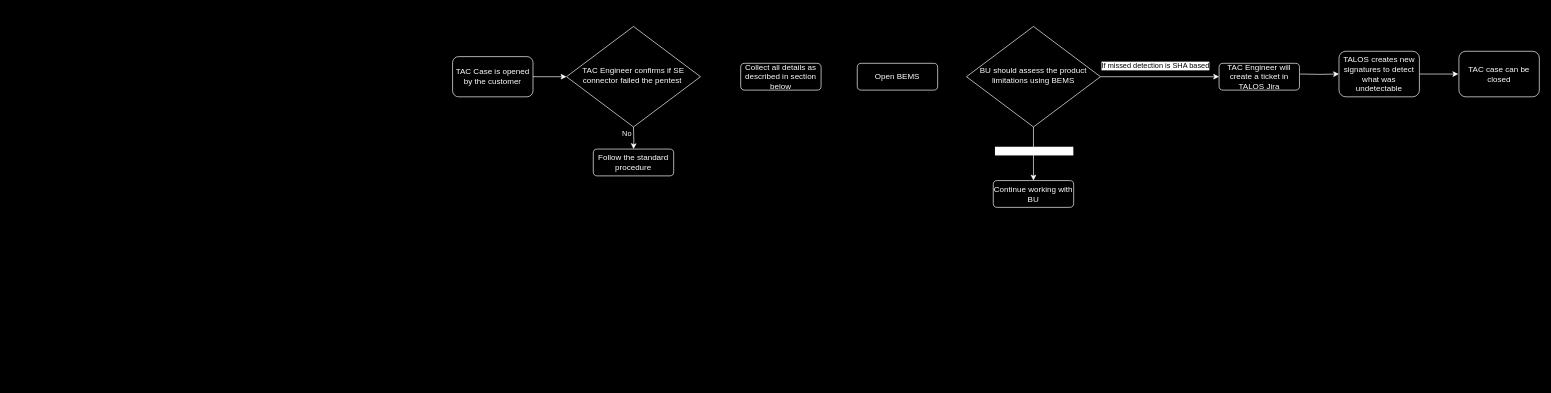
rolszowy/drawio keeps this draw.io diagram as pentesting.drawio. Above is the earlier version. Source tidied: cells renumbered, new cells numbered last; positions are measured from the earlier drawing's top-left corner, leaving out a move shared by most shapes. Both pictures are drawn from the tidied source at 67%, with x=0, y=0 at pixel (452, 26).
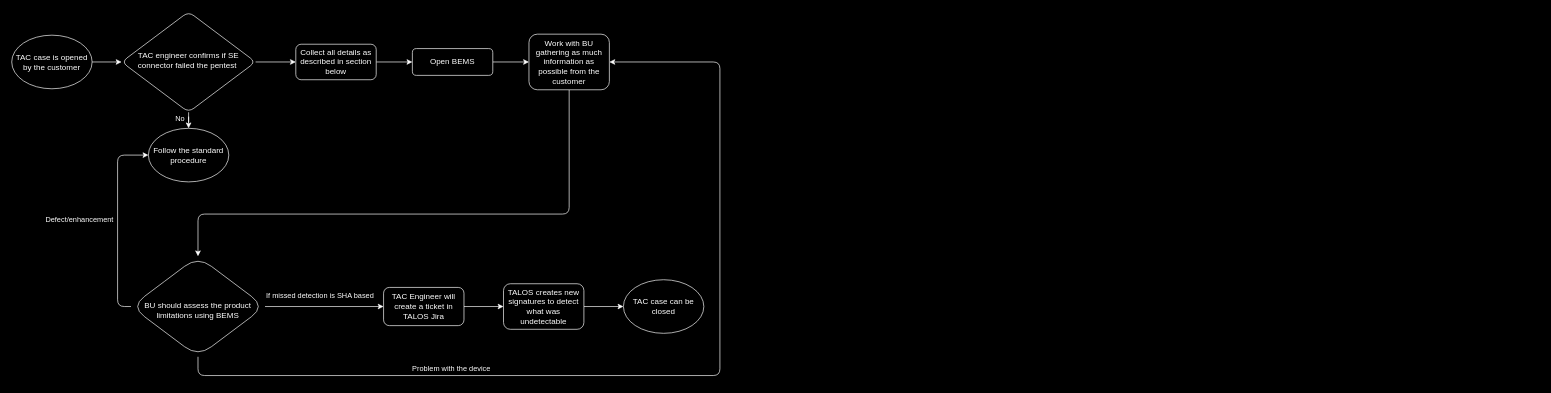
After the change.

What changed in the source:
```diff
@@
-    <mxCell id="2" style="edgeStyle=orthogonalEdgeStyle;rounded=0;jettySize=auto;html=1;entryX=0;entryY=0.5;entryDx=0;entryDy=0;strokeColor=#FFFFFF;" parent="1" edge="1" source="3">
-      <mxGeometry relative="1" as="geometry">
-        <mxPoint x="170" y="75" as="targetPoint" />
-      </mxGeometry>
-    </mxCell>
-    <mxCell id="3" value="TAC Case is opened by the customer" style="rounded=1;whiteSpace=wrap;html=1;fontSize=12;glass=0;strokeWidth=1;shadow=0;fillColor=none;fontColor=#FFFFFF;strokeColor=#FFFFFF;" parent="1" vertex="1">
-      <mxGeometry y="45" width="120" height="60" as="geometry" />
-    </mxCell>
-    <mxCell id="4" style="edgeStyle=orthogonalEdgeStyle;shape=connector;rounded=0;jettySize=auto;html=1;strokeColor=#FFFFFF;align=center;verticalAlign=middle;fontFamily=Helvetica;fontSize=11;fontColor=#FFFFFF;labelBackgroundColor=none;endArrow=classic;" parent="1" edge="1" target="7">
-      <mxGeometry relative="1" as="geometry">
-        <mxPoint x="270" y="150" as="sourcePoint" />
-      </mxGeometry>
-    </mxCell>
+    <mxCell id="21" style="edgeStyle=orthogonalEdgeStyle;shape=connector;rounded=1;jettySize=auto;html=1;entryX=0;entryY=0.5;entryDx=0;entryDy=0;strokeColor=#FFFFFF;align=center;verticalAlign=middle;fontFamily=Helvetica;fontSize=11;fontColor=default;labelBackgroundColor=default;endArrow=classic;" parent="1" edge="1" source="6" target="10">
+      <mxGeometry relative="1" as="geometry" />
+    </mxCell>
+    <mxCell id="6" value="TAC Engineer will create a ticket in TALOS Jira" style="rounded=1;whiteSpace=wrap;html=1;fontSize=12;glass=0;strokeWidth=1;shadow=0;fillColor=#000000;strokeColor=#FFFFFF;fontColor=#FFFFFF;" parent="1" vertex="1">
+      <mxGeometry x="-103" y="389.5" width="120" height="57" as="geometry" />
+    </mxCell>
+    <mxCell id="22" style="edgeStyle=orthogonalEdgeStyle;shape=connector;curved=0;rounded=1;jettySize=auto;html=1;strokeColor=#FFFFFF;align=center;verticalAlign=middle;fontFamily=Helvetica;fontSize=11;fontColor=default;labelBackgroundColor=none;endArrow=classic;" parent="1" edge="1" source="10" target="11">
+      <mxGeometry relative="1" as="geometry" />
+    </mxCell>
+    <mxCell id="10" value="TALOS creates new signatures to detect what was undetectable" style="rounded=1;whiteSpace=wrap;html=1;fontSize=12;glass=0;strokeWidth=1;shadow=0;fillColor=#000000;fontColor=#FFFFFF;strokeColor=#FFFFFF;" parent="1" vertex="1">
+      <mxGeometry x="76" y="384" width="120" height="68" as="geometry" />
+    </mxCell>
+    <mxCell id="23" style="edgeStyle=orthogonalEdgeStyle;shape=connector;rounded=1;jettySize=auto;html=1;entryX=0;entryY=0.5;entryDx=0;entryDy=0;strokeColor=#FFFFFF;align=center;verticalAlign=middle;fontFamily=Helvetica;fontSize=11;fontColor=default;labelBackgroundColor=default;endArrow=classic;" parent="1" edge="1" source="12" target="20">
+      <mxGeometry relative="1" as="geometry" />
+    </mxCell>
+    <mxCell id="12" value="Collect all details as described in section below" style="rounded=1;whiteSpace=wrap;html=1;fontSize=12;glass=0;strokeWidth=1;shadow=0;fillColor=#000000;strokeColor=#FFFFFF;fontColor=#FFFFFF;" parent="1" vertex="1">
+      <mxGeometry x="-234" y="26.5" width="120" height="53" as="geometry" />
+    </mxCell>
+    <mxCell id="24" style="edgeStyle=orthogonalEdgeStyle;rounded=1;jettySize=auto;html=1;entryX=0;entryY=0.5;entryDx=0;entryDy=0;strokeColor=#FFFFFF;" parent="1" edge="1" source="13" target="12">
+      <mxGeometry relative="1" as="geometry" />
+    </mxCell>
-    <mxCell id="5" value="No" style="edgeLabel;html=1;align=center;verticalAlign=middle;fontFamily=Helvetica;fontSize=11;fontColor=#FFFFFF;labelBackgroundColor=none;" parent="4" vertex="1">
-      <mxGeometry x="-0.69" y="1" relative="1" as="geometry">
-        <mxPoint x="-12" y="5" as="offset" />
-      </mxGeometry>
+    <mxCell id="5" value="&lt;font color=&quot;#ffffff&quot;&gt;No&lt;/font&gt;" style="edgeStyle=orthogonalEdgeStyle;shape=connector;curved=0;rounded=1;jettySize=auto;html=1;strokeColor=#FFFFFF;align=center;verticalAlign=middle;fontFamily=Helvetica;fontSize=11;fontColor=default;labelBackgroundColor=none;endArrow=classic;" parent="1" edge="1" source="13" target="7">
+      <mxGeometry x="0.46" y="-13" relative="1" as="geometry" />
     </mxCell>
-    <mxCell id="6" value="TAC Engineer will create a ticket in TALOS Jira" style="rounded=1;whiteSpace=wrap;html=1;fontSize=12;glass=0;strokeWidth=1;shadow=0;fillColor=#000000;strokeColor=#FFFFFF;fontColor=#FFFFFF;" parent="1" vertex="1">
-      <mxGeometry x="1144" y="55" width="120" height="40" as="geometry" />
-    </mxCell>
-    <mxCell id="7" value="Follow the standard procedure" style="rounded=1;whiteSpace=wrap;html=1;fontSize=12;glass=0;strokeWidth=1;shadow=0;fillColor=#000000;fontColor=#FFFFFF;strokeColor=#FFFFFF;" parent="1" vertex="1">
-      <mxGeometry x="210" y="183" width="120" height="40" as="geometry" />
-    </mxCell>
-    <mxCell id="8" style="edgeStyle=orthogonalEdgeStyle;shape=connector;rounded=0;jettySize=auto;html=1;strokeColor=#FFFFFF;align=center;verticalAlign=middle;fontFamily=Helvetica;fontSize=11;fontColor=#FFFFFF;labelBackgroundColor=none;endArrow=classic;" parent="1" edge="1" target="10">
-      <mxGeometry relative="1" as="geometry">
-        <mxPoint x="1265" y="71" as="sourcePoint" />
-      </mxGeometry>
-    </mxCell>
-    <mxCell id="9" style="edgeStyle=orthogonalEdgeStyle;shape=connector;rounded=0;jettySize=auto;html=1;strokeColor=#FFFFFF;align=center;verticalAlign=middle;fontFamily=Helvetica;fontSize=11;fontColor=#FFFFFF;labelBackgroundColor=none;endArrow=classic;" parent="1" edge="1" source="10">
-      <mxGeometry relative="1" as="geometry">
-        <mxPoint x="1501" y="71" as="targetPoint" />
-      </mxGeometry>
-    </mxCell>
-    <mxCell id="10" value="TALOS creates new signatures to detect what was undetectable" style="rounded=1;whiteSpace=wrap;html=1;fontSize=12;glass=0;strokeWidth=1;shadow=0;fillColor=#000000;fontColor=#FFFFFF;strokeColor=#FFFFFF;" parent="1" vertex="1">
-      <mxGeometry x="1323" y="37" width="120" height="68" as="geometry" />
-    </mxCell>
-    <mxCell id="11" value="TAC case can be closed" style="rounded=1;whiteSpace=wrap;html=1;fontSize=12;glass=0;strokeWidth=1;shadow=0;fillColor=#000000;fontColor=#FFFFFF;strokeColor=#FFFFFF;" parent="1" vertex="1">
-      <mxGeometry x="1502" y="37" width="120" height="68" as="geometry" />
-    </mxCell>
-    <mxCell id="12" value="Collect all details as described in section below" style="rounded=1;whiteSpace=wrap;html=1;fontSize=12;glass=0;strokeWidth=1;shadow=0;fillColor=#000000;strokeColor=#FFFFFF;fontColor=#FFFFFF;" parent="1" vertex="1">
-      <mxGeometry x="430" y="55" width="120" height="40" as="geometry" />
-    </mxCell>
-    <mxCell id="13" value="TAC Engineer confirms if SE connector failed the pentest&amp;nbsp;" style="rhombus;whiteSpace=wrap;html=1;shadow=0;fontFamily=Helvetica;fontSize=12;align=center;strokeWidth=1;spacing=6;spacingTop=-4;fillColor=#000000;fontColor=#FFFFFF;strokeColor=#FFFFFF;" parent="1" vertex="1">
-      <mxGeometry x="170" width="200" height="150" as="geometry" />
+    <mxCell id="13" value="TAC engineer confirms if SE connector failed the pentest&amp;nbsp;" style="rhombus;whiteSpace=wrap;html=1;shadow=0;fontFamily=Helvetica;fontSize=12;align=center;strokeWidth=1;spacing=6;spacingTop=-4;fillColor=#000000;fontColor=#FFFFFF;strokeColor=#FFFFFF;rounded=1;" parent="1" vertex="1">
+      <mxGeometry x="-494" y="-22" width="200" height="150" as="geometry" />
     </mxCell>
-    <mxCell id="14" style="edgeStyle=orthogonalEdgeStyle;rounded=0;jettySize=auto;html=1;entryX=0;entryY=0.5;entryDx=0;entryDy=0;strokeColor=#FFFFFF;labelBackgroundColor=default;fontColor=#FFFFFF;" parent="1" edge="1" source="18" target="6">
+    <mxCell id="14" style="edgeStyle=orthogonalEdgeStyle;rounded=1;jettySize=auto;html=1;entryX=0;entryY=0.5;entryDx=0;entryDy=0;strokeColor=#FFFFFF;labelBackgroundColor=default;fontColor=#FFFFFF;" parent="1" edge="1" source="18" target="6">
       <mxGeometry relative="1" as="geometry" />
     </mxCell>
-    <mxCell id="15" value="If missed detection is SHA based" style="edgeLabel;html=1;align=center;verticalAlign=middle;" parent="14" vertex="1">
+    <mxCell id="15" value="If missed detection is SHA based" style="edgeLabel;html=1;align=center;verticalAlign=middle;labelBackgroundColor=none;fontColor=#FFFFFF;rounded=1;" parent="14" vertex="1">
       <mxGeometry x="-0.26" y="-1" relative="1" as="geometry">
         <mxPoint x="16" y="-18" as="offset" />
       </mxGeometry>
     </mxCell>
-    <mxCell id="16" style="edgeStyle=orthogonalEdgeStyle;rounded=0;jettySize=auto;html=1;strokeColor=#FFFFFF;" parent="1" edge="1" source="18" target="19">
-      <mxGeometry relative="1" as="geometry" />
+    <mxCell id="16" style="edgeStyle=orthogonalEdgeStyle;shape=connector;curved=0;rounded=1;jettySize=auto;html=1;entryX=1;entryY=0.5;entryDx=0;entryDy=0;strokeColor=#FFFFFF;align=center;verticalAlign=middle;fontFamily=Helvetica;fontSize=11;fontColor=default;labelBackgroundColor=none;endArrow=classic;exitX=0.5;exitY=1;exitDx=0;exitDy=0;" parent="1" edge="1" source="18" target="19">
+      <mxGeometry relative="1" as="geometry">
+        <Array as="points">
+          <mxPoint x="-380" y="521" />
+          <mxPoint x="399" y="521" />
+          <mxPoint x="399" y="53" />
+        </Array>
+      </mxGeometry>
     </mxCell>
-    <mxCell id="17" value="Problem with the device" style="edgeLabel;html=1;align=center;verticalAlign=middle;fontFamily=Helvetica;fontSize=11;fontColor=#FFFFFF;labelBackgroundColor=default;" parent="16" vertex="1">
-      <mxGeometry x="-0.13" relative="1" as="geometry" />
+    <mxCell id="17" value="Problem with the device" style="edgeLabel;html=1;align=center;verticalAlign=middle;strokeColor=#FFFFFF;fontFamily=Helvetica;fontSize=11;fontColor=#FFFFFF;labelBackgroundColor=none;fillColor=none;" parent="16" vertex="1">
+      <mxGeometry x="-0.44" y="2" relative="1" as="geometry">
+        <mxPoint x="2" y="-10" as="offset" />
+      </mxGeometry>
     </mxCell>
+    <mxCell id="25" style="edgeStyle=orthogonalEdgeStyle;shape=connector;curved=0;rounded=1;jettySize=auto;html=1;entryX=0;entryY=0.5;entryDx=0;entryDy=0;strokeColor=#FFFFFF;align=center;verticalAlign=middle;fontFamily=Helvetica;fontSize=11;fontColor=default;labelBackgroundColor=none;endArrow=classic;" parent="1" edge="1" source="18" target="7">
+      <mxGeometry relative="1" as="geometry">
+        <Array as="points">
+          <mxPoint x="-500" y="418" />
+          <mxPoint x="-500" y="192" />
+        </Array>
+      </mxGeometry>
+    </mxCell>
+    <mxCell id="26" value="Defect/enhancement" style="edgeLabel;html=1;align=center;verticalAlign=middle;strokeColor=#FFFFFF;fontFamily=Helvetica;fontSize=11;fontColor=#FFFFFF;labelBackgroundColor=none;fillColor=none;" parent="25" vertex="1">
+      <mxGeometry x="-0.01" y="3" relative="1" as="geometry">
+        <mxPoint x="-55" y="-5" as="offset" />
+      </mxGeometry>
+    </mxCell>
-    <mxCell id="18" value="BU should assess the product limitations using BEMS" style="rhombus;whiteSpace=wrap;html=1;shadow=0;fontFamily=Helvetica;fontSize=12;align=center;strokeWidth=1;spacing=6;spacingTop=-4;fillColor=#000000;fontColor=#FFFFFF;strokeColor=#FFFFFF;" parent="1" vertex="1">
-      <mxGeometry x="767" width="200" height="150" as="geometry" />
+    <mxCell id="18" value="&lt;div&gt;&lt;br&gt;&lt;/div&gt;BU should assess the product limitations using BEMS" style="rhombus;whiteSpace=wrap;html=1;shadow=0;fontFamily=Helvetica;fontSize=12;align=center;strokeWidth=1;spacing=6;spacingTop=-4;fillColor=#000000;fontColor=#FFFFFF;strokeColor=#FFFFFF;rounded=1;arcSize=50;" parent="1" vertex="1">
+      <mxGeometry x="-480" y="343" width="200" height="150" as="geometry" />
     </mxCell>
+    <mxCell id="27" style="edgeStyle=orthogonalEdgeStyle;shape=connector;curved=0;rounded=1;jettySize=auto;html=1;entryX=0.5;entryY=0;entryDx=0;entryDy=0;strokeColor=#FFFFFF;align=center;verticalAlign=middle;fontFamily=Helvetica;fontSize=11;fontColor=default;labelBackgroundColor=none;endArrow=classic;" parent="1" edge="1" source="19" target="18">
+      <mxGeometry relative="1" as="geometry">
+        <Array as="points">
+          <mxPoint x="174" y="280" />
+          <mxPoint x="-380" y="280" />
+        </Array>
+      </mxGeometry>
+    </mxCell>
-    <mxCell id="19" value="Continue working with BU" style="rounded=1;whiteSpace=wrap;html=1;fontSize=12;glass=0;strokeWidth=1;shadow=0;fillColor=#000000;strokeColor=#FFFFFF;fontColor=#FFFFFF;" parent="1" vertex="1">
-      <mxGeometry x="807" y="230" width="120" height="40" as="geometry" />
+    <mxCell id="19" value="Work with BU gathering as much information as possible from the customer" style="rounded=1;whiteSpace=wrap;html=1;fontSize=12;glass=0;strokeWidth=1;shadow=0;fillColor=#000000;strokeColor=#FFFFFF;fontColor=#FFFFFF;" parent="1" vertex="1">
+      <mxGeometry x="114" y="11.5" width="120" height="83" as="geometry" />
     </mxCell>
+    <mxCell id="28" style="edgeStyle=orthogonalEdgeStyle;rounded=1;jettySize=auto;html=1;entryX=0;entryY=0.5;entryDx=0;entryDy=0;strokeColor=#FFFFFF;curved=0;" parent="1" edge="1" source="20" target="19">
+      <mxGeometry relative="1" as="geometry" />
+    </mxCell>
     <mxCell id="20" value="Open BEMS" style="rounded=1;whiteSpace=wrap;html=1;fontSize=12;glass=0;strokeWidth=1;shadow=0;fillColor=#000000;strokeColor=#FFFFFF;fontColor=#FFFFFF;" parent="1" vertex="1">
-      <mxGeometry x="604" y="55" width="120" height="40" as="geometry" />
+      <mxGeometry x="-60" y="33" width="120" height="40" as="geometry" />
     </mxCell>
+    <mxCell id="7" value="&lt;span style=&quot;color: rgb(255, 255, 255); font-size: 12px;&quot;&gt;Follow the standard procedure&lt;/span&gt;" style="ellipse;whiteSpace=wrap;html=1;fontFamily=Helvetica;fontSize=11;fontColor=default;labelBackgroundColor=none;fillColor=none;strokeColor=#FFFFFF;" parent="1" vertex="1">
+      <mxGeometry x="-454" y="152" width="120" height="80" as="geometry" />
+    </mxCell>
+    <mxCell id="29" style="edgeStyle=orthogonalEdgeStyle;shape=connector;curved=0;rounded=1;jettySize=auto;html=1;strokeColor=#FFFFFF;align=center;verticalAlign=middle;fontFamily=Helvetica;fontSize=11;fontColor=default;labelBackgroundColor=none;endArrow=classic;" parent="1" edge="1" source="30" target="13">
+      <mxGeometry relative="1" as="geometry" />
+    </mxCell>
+    <mxCell id="30" value="&lt;font color=&quot;#ffffff&quot;&gt;&lt;span style=&quot;font-size: 12px;&quot;&gt;TAC case is opened by the customer&lt;/span&gt;&lt;/font&gt;" style="ellipse;whiteSpace=wrap;html=1;fontFamily=Helvetica;fontSize=11;fontColor=default;labelBackgroundColor=none;fillColor=none;strokeColor=#FFFFFF;" parent="1" vertex="1">
+      <mxGeometry x="-658" y="13" width="120" height="80" as="geometry" />
+    </mxCell>
+    <mxCell id="11" value="&lt;span style=&quot;color: rgb(255, 255, 255); font-size: 12px;&quot;&gt;TAC case can be closed&lt;/span&gt;" style="ellipse;whiteSpace=wrap;html=1;fontFamily=Helvetica;fontSize=11;fontColor=default;labelBackgroundColor=none;fillColor=none;strokeColor=#FFFFFF;" parent="1" vertex="1">
+      <mxGeometry x="255" y="378" width="120" height="80" as="geometry" />
+    </mxCell>
```
